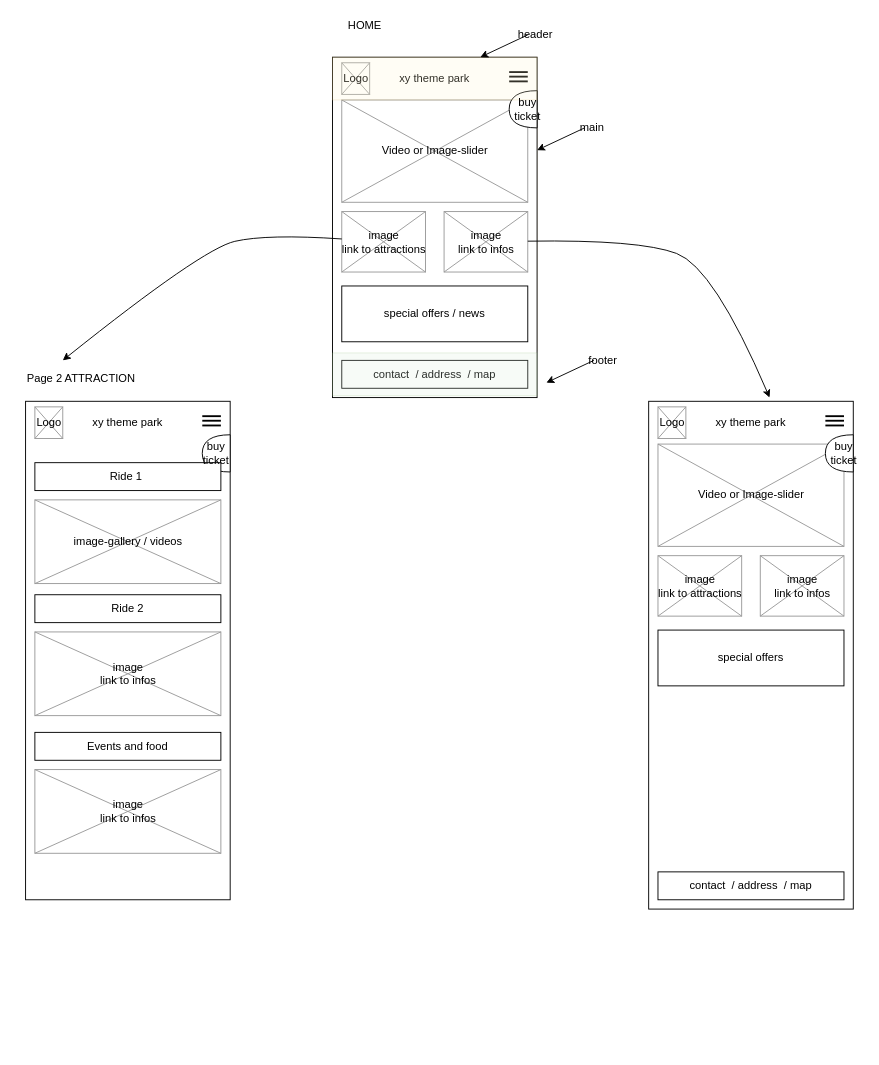
Above: themepark_mobile.drawio in meflix/themepark (draw.io), before the change. Source tidied: cells renumbered, new cells numbered last; positions are measured from the earlier drawing's top-left corner, leaving out a move shared by most shapes. Both pictures are drawn from the tidied source at 93%, with x=0, y=0 at pixel (16, 16).
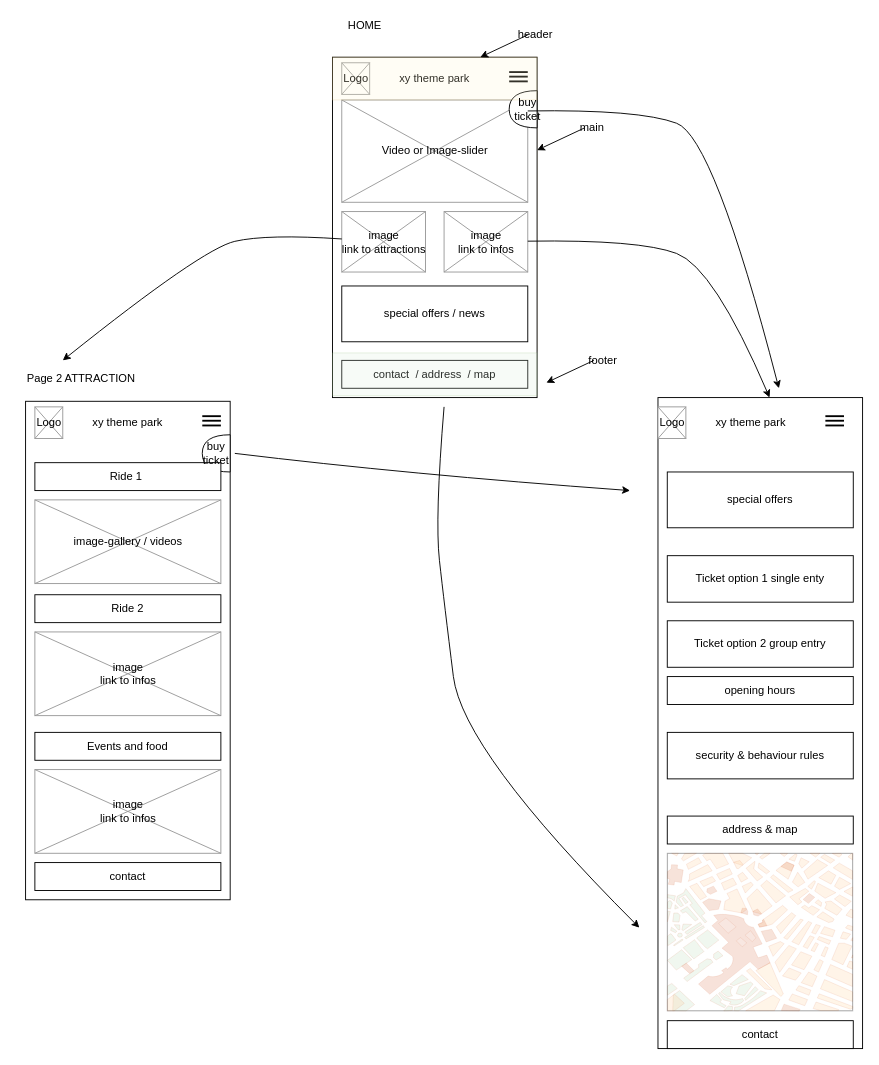
The same diagram, later.

Unchanged cells that the change refers to:
```xml
<mxCell id="49" value="buy ticket" style="text;html=1;strokeColor=none;fillColor=none;align=center;verticalAlign=middle;whiteSpace=wrap;rounded=0;labelBackgroundColor=none;opacity=20;" parent="1" vertex="1">
  <mxGeometry x="195" y="460" width="40" height="20" as="geometry" />
</mxCell>
```

The edit, as a diff of the source:
```diff
@@
     <mxCell id="26" style="rounded=0;whiteSpace=wrap;html=1;verticalAlign=middle;" parent="1" vertex="1">
-      <mxGeometry x="680" y="414" width="220" height="546" as="geometry" />
+      <mxGeometry x="690" y="410" width="220" height="700" as="geometry" />
     </mxCell>
-    <mxCell id="27" value="Video or Image-slider" style="verticalLabelPosition=middle;shadow=0;dashed=0;align=center;html=1;verticalAlign=middle;strokeWidth=1;shape=mxgraph.mockup.graphics.simpleIcon;strokeColor=#999999;fillColor=#ffffff;labelPosition=center;" parent="1" vertex="1">
-      <mxGeometry x="690" y="460" width="200" height="110" as="geometry" />
-    </mxCell>
-    <mxCell id="28" value="image&lt;br&gt;link to attractions" style="verticalLabelPosition=middle;shadow=0;dashed=0;align=center;html=1;verticalAlign=middle;strokeWidth=1;shape=mxgraph.mockup.graphics.simpleIcon;strokeColor=#999999;fillColor=#ffffff;labelPosition=center;" parent="1" vertex="1">
-      <mxGeometry x="690" y="580" width="90" height="65" as="geometry" />
-    </mxCell>
-    <mxCell id="29" value="image&lt;br&gt;link to infos" style="verticalLabelPosition=middle;shadow=0;dashed=0;align=center;html=1;verticalAlign=middle;strokeWidth=1;shape=mxgraph.mockup.graphics.simpleIcon;strokeColor=#999999;fillColor=#ffffff;labelPosition=center;" parent="1" vertex="1">
-      <mxGeometry x="800" y="580" width="90" height="65" as="geometry" />
-    </mxCell>
@@
-    <mxCell id="34" style="shape=or;whiteSpace=wrap;html=1;gradientColor=none;rotation=-180;" parent="1" vertex="1">
-      <mxGeometry x="870" y="450" width="30" height="40" as="geometry" />
-    </mxCell>
@@
     <mxCell id="36" value="special offers" style="rounded=0;whiteSpace=wrap;html=1;gradientColor=none;" parent="1" vertex="1">
-      <mxGeometry x="690" y="660" width="200" height="60" as="geometry" />
+      <mxGeometry x="700" y="490" width="200" height="60" as="geometry" />
     </mxCell>
-    <mxCell id="37" value="contact &amp;nbsp;/ address &amp;nbsp;/ map" style="rounded=0;whiteSpace=wrap;html=1;gradientColor=none;" parent="1" vertex="1">
-      <mxGeometry x="690" y="920" width="200" height="30" as="geometry" />
-    </mxCell>
@@
-    <mxCell id="50" value="buy ticket" style="text;html=1;strokeColor=none;fillColor=none;align=center;verticalAlign=middle;whiteSpace=wrap;rounded=0;labelBackgroundColor=none;opacity=20;" parent="1" vertex="1">
-      <mxGeometry x="870" y="460" width="40" height="20" as="geometry" />
-    </mxCell>
@@
+    <mxCell id="55" style="curved=1;endArrow=classic;html=1;strokeWidth=1;" parent="1" edge="1">
+      <mxGeometry relative="1" as="geometry">
+        <mxPoint x="550" y="101.8" as="sourcePoint" />
+        <mxPoint x="820" y="400" as="targetPoint" />
+        <Array as="points">
+          <mxPoint x="670" y="100" />
+          <mxPoint x="750" y="130" />
+        </Array>
+      </mxGeometry>
+    </mxCell>
+    <mxCell id="56" style="curved=1;endArrow=classic;html=1;strokeWidth=1;startArrow=none;exitX=1;exitY=0.5;exitDx=0;exitDy=0;" parent="1" edge="1" source="49">
+      <mxGeometry relative="1" as="geometry">
+        <mxPoint x="660" y="510" as="targetPoint" />
+        <Array as="points">
+          <mxPoint x="420" y="492.5" />
+        </Array>
+      </mxGeometry>
+    </mxCell>
+    <mxCell id="57" style="verticalLabelPosition=bottom;shadow=0;dashed=0;align=center;html=1;verticalAlign=top;strokeWidth=1;shape=mxgraph.mockup.misc.map;labelBackgroundColor=none;gradientColor=none;opacity=20;" parent="1" vertex="1">
+      <mxGeometry x="700" y="900" width="200" height="170" as="geometry" />
+    </mxCell>
+    <mxCell id="58" style="curved=1;endArrow=classic;html=1;strokeWidth=1;" parent="1" edge="1">
+      <mxGeometry relative="1" as="geometry">
+        <mxPoint x="460" y="420" as="sourcePoint" />
+        <mxPoint x="670" y="980" as="targetPoint" />
+        <Array as="points">
+          <mxPoint x="450" y="540" />
+          <mxPoint x="460" y="630" />
+          <mxPoint x="480" y="790" />
+        </Array>
+      </mxGeometry>
+    </mxCell>
+    <mxCell id="59" value="address &amp;amp; map" style="rounded=0;whiteSpace=wrap;html=1;gradientColor=none;" parent="1" vertex="1">
+      <mxGeometry x="700" y="860" width="200" height="30" as="geometry" />
+    </mxCell>
+    <mxCell id="60" value="opening hours" style="rounded=0;whiteSpace=wrap;html=1;gradientColor=none;" parent="1" vertex="1">
+      <mxGeometry x="700" y="710" width="200" height="30" as="geometry" />
+    </mxCell>
+    <mxCell id="61" value="Ticket option 1 single enty" style="rounded=0;whiteSpace=wrap;html=1;gradientColor=none;" parent="1" vertex="1">
+      <mxGeometry x="700" y="580" width="200" height="50" as="geometry" />
+    </mxCell>
+    <mxCell id="62" value="Ticket option 2 group entry" style="rounded=0;whiteSpace=wrap;html=1;gradientColor=none;" parent="1" vertex="1">
+      <mxGeometry x="700" y="650" width="200" height="50" as="geometry" />
+    </mxCell>
+    <mxCell id="63" value="security &amp;amp; behaviour rules" style="rounded=0;whiteSpace=wrap;html=1;gradientColor=none;" parent="1" vertex="1">
+      <mxGeometry x="700" y="770" width="200" height="50" as="geometry" />
+    </mxCell>
+    <mxCell id="64" value="contact" style="rounded=0;whiteSpace=wrap;html=1;gradientColor=none;" parent="1" vertex="1">
+      <mxGeometry x="700" y="1080" width="200" height="30" as="geometry" />
+    </mxCell>
+    <mxCell id="65" value="contact" style="rounded=0;whiteSpace=wrap;html=1;gradientColor=none;" parent="1" vertex="1">
+      <mxGeometry x="20" y="910" width="200" height="30" as="geometry" />
+    </mxCell>
```
